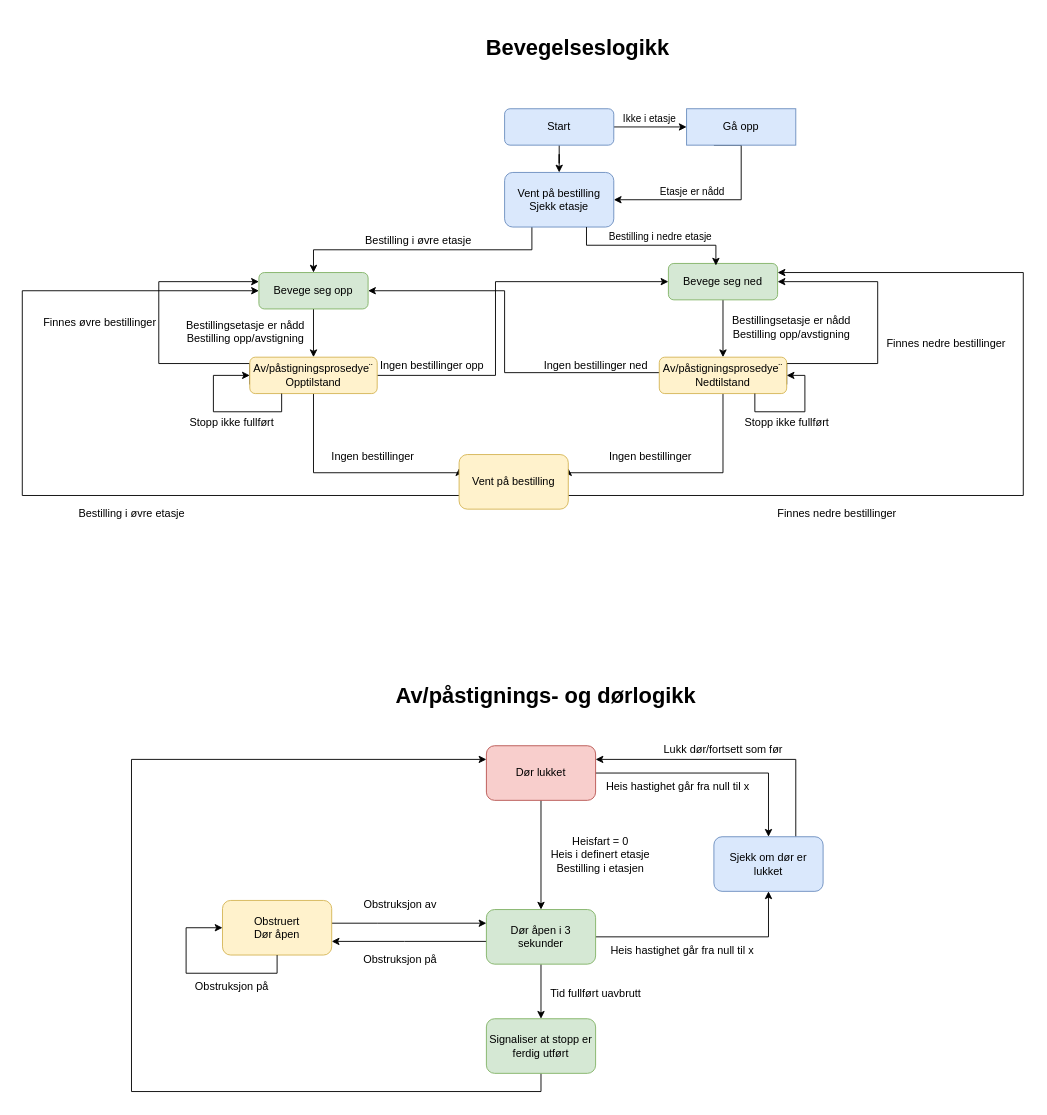
This is Test.drawio from MathiasSagerup/TilpDat, a draw.io file, before an edit. Source tidied: cells renumbered, new cells numbered last; positions are measured from the earlier drawing's top-left corner, leaving out a move shared by most shapes. Both pictures are drawn from the tidied source at 91%, with x=0, y=0 at pixel (22, 15).
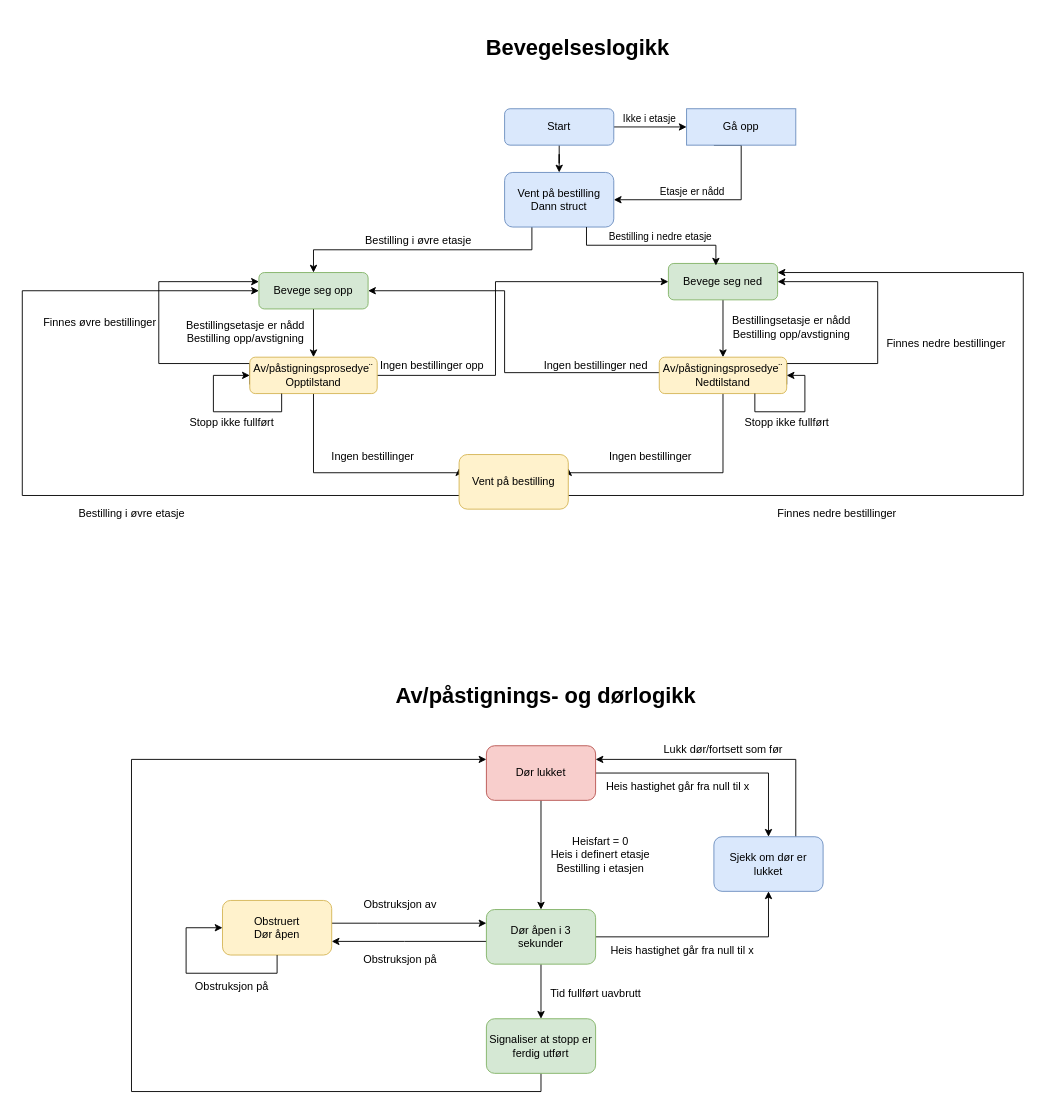
The same page after the edit.

Diff of the diagram source:
```diff
@@
-    <mxCell id="10" value="Vent på bestilling&lt;div&gt;Sjekk etasje&lt;/div&gt;" style="rounded=1;whiteSpace=wrap;html=1;fillColor=#dae8fc;strokeColor=#6c8ebf;" parent="1" vertex="1">
+    <mxCell id="10" value="Vent på bestilling&lt;div&gt;Dann struct&lt;/div&gt;" style="rounded=1;whiteSpace=wrap;html=1;fillColor=#dae8fc;strokeColor=#6c8ebf;" parent="1" vertex="1">
       <mxGeometry x="530" y="172" width="120" height="60" as="geometry" />
     </mxCell>
```
